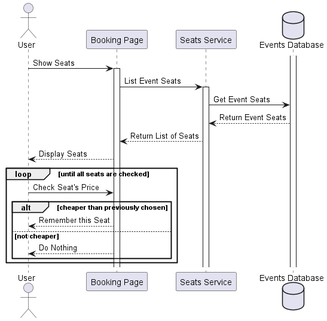
Above: diagrams/lowest-price-seat-booking-sequence-diagram.png in vadzim-kurdzesau/ticketing-domain (PlantUML), before the change. The source it was exported from:
```plantuml
@startuml lowest-price-seat-booking-sequence-diagram

actor User as user
participant "Booking Page" as bookingPage
participant "Seats Service" as seatsService
database "Events Database" as eventsDb

activate eventsDb

user -> bookingPage ++ : Show Seats
bookingPage -> seatsService ++ : List Event Seats
seatsService -> eventsDb : Get Event Seats
eventsDb --> seatsService : Return Event Seats
seatsService --> bookingPage : Return List of Seats
bookingPage --> user : Display Seats

loop until all seats are checked
    user -> bookingPage : Check Seat's Price

    alt cheaper than previously chosen
        bookingPage --> user : Remember this Seat
    else not cheaper
        bookingPage --> user: Do Nothing
    end
end

@enduml
```
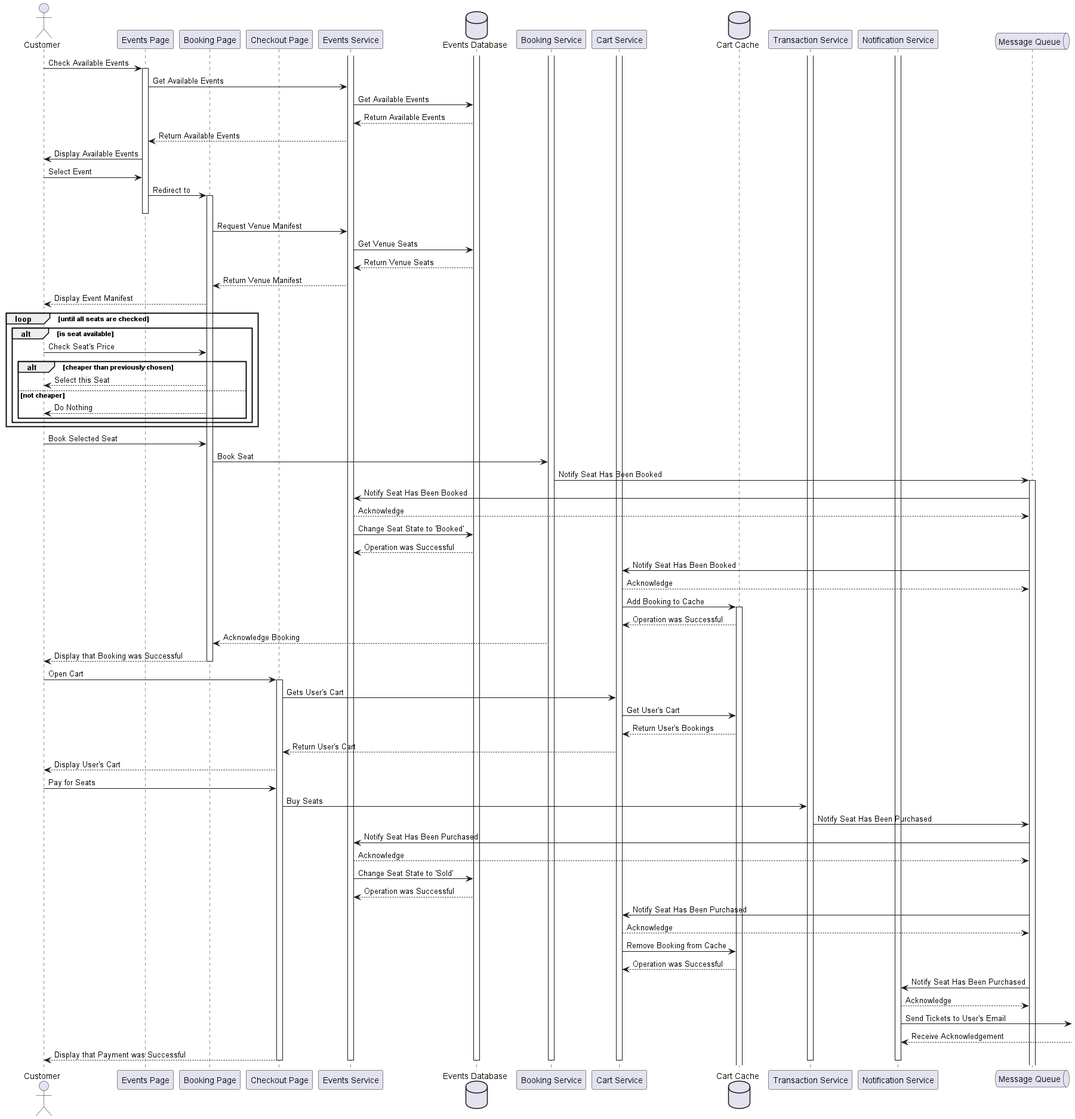
After the change.

Commit message:
feat: complete sequence diagram

The edit, as a diff of the source:
```diff
@@ -1,27 +1,106 @@
 @startuml lowest-price-seat-booking-sequence-diagram
 
-actor User as user
+actor Customer as user
+participant "Events Page" as eventsPage
 participant "Booking Page" as bookingPage
-participant "Seats Service" as seatsService
+participant "Checkout Page" as checkoutPage
+participant "Events Service" as eventService
 database "Events Database" as eventsDb
 
+participant "Booking Service" as bookingService
+participant "Cart Service" as cartService
+database "Cart Cache" as cartCache
+participant "Transaction Service" as transactionService
+participant "Notification Service" as notifications
+queue "Message Queue" as queueService
+
 activate eventsDb
+activate eventService
+activate bookingService
+activate cartService
+activate transactionService
+activate notifications
 
-user -> bookingPage ++ : Show Seats
-bookingPage -> seatsService ++ : List Event Seats
-seatsService -> eventsDb : Get Event Seats
-eventsDb --> seatsService : Return Event Seats
-seatsService --> bookingPage : Return List of Seats
-bookingPage --> user : Display Seats
+user -> eventsPage ++ : Check Available Events
+eventsPage -> eventService : Get Available Events
+eventService -> eventsDb : Get Available Events
+eventsDb --> eventService : Return Available Events
+eventService --> eventsPage : Return Available Events
+eventsPage -> user : Display Available Events
+
+
+user -> eventsPage : Select Event
+eventsPage -> bookingPage ++ : Redirect to
+deactivate eventsPage
+bookingPage -> eventService : Request Venue Manifest
+eventService -> eventsDb : Get Venue Seats
+eventsDb --> eventService : Return Venue Seats
+eventService --> bookingPage : Return Venue Manifest
+bookingPage --> user: Display Event Manifest
 
 loop until all seats are checked
-    user -> bookingPage : Check Seat's Price
+    alt is seat available
+        user -> bookingPage : Check Seat's Price
 
-    alt cheaper than previously chosen
-        bookingPage --> user : Remember this Seat
-    else not cheaper
-        bookingPage --> user: Do Nothing
+        alt cheaper than previously chosen
+            bookingPage --> user : Select this Seat
+        else not cheaper
+            bookingPage --> user: Do Nothing
+        end
     end
 end
 
+
+user -> bookingPage : Book Selected Seat
+bookingPage -> bookingService : Book Seat
+bookingService -> queueService ++ : Notify Seat Has Been Booked
+queueService -> eventService : Notify Seat Has Been Booked
+eventService --> queueService : Acknowledge
+eventService -> eventsDb : Change Seat State to 'Booked'
+eventsDb --> eventService : Operation was Successful
+
+queueService -> cartService : Notify Seat Has Been Booked
+cartService --> queueService : Acknowledge
+cartService -> cartCache ++: Add Booking to Cache
+cartCache --> cartService : Operation was Successful
+bookingService --> bookingPage : Acknowledge Booking
+
+bookingPage --> user -- : Display that Booking was Successful
+
+
+user -> checkoutPage ++: Open Cart
+checkoutPage -> cartService : Gets User's Cart
+cartService -> cartCache : Get User's Cart
+cartCache --> cartService : Return User's Bookings
+cartService --> checkoutPage : Return User's Cart
+checkoutPage --> user : Display User's Cart
+
+user -> checkoutPage: Pay for Seats
+checkoutPage -> transactionService : Buy Seats
+transactionService -> queueService : Notify Seat Has Been Purchased
+
+queueService -> eventService : Notify Seat Has Been Purchased
+eventService --> queueService : Acknowledge
+eventService -> eventsDb : Change Seat State to 'Sold'
+eventsDb --> eventService : Operation was Successful
+
+queueService -> cartService : Notify Seat Has Been Purchased
+cartService --> queueService : Acknowledge
+cartService -> cartCache : Remove Booking from Cache
+cartCache --> cartService : Operation was Successful
+
+queueService -> notifications : Notify Seat Has Been Purchased
+notifications --> queueService : Acknowledge
+notifications -> : Send Tickets to User's Email
+notifications <-- : Receive Acknowledgement
+
+checkoutPage --> user --: Display that Payment was Successful
+
+deactivate eventsDb
+deactivate eventService
+deactivate bookingService
+deactivate cartService
+deactivate transactionService
+deactivate notifications
+
 @enduml
```
